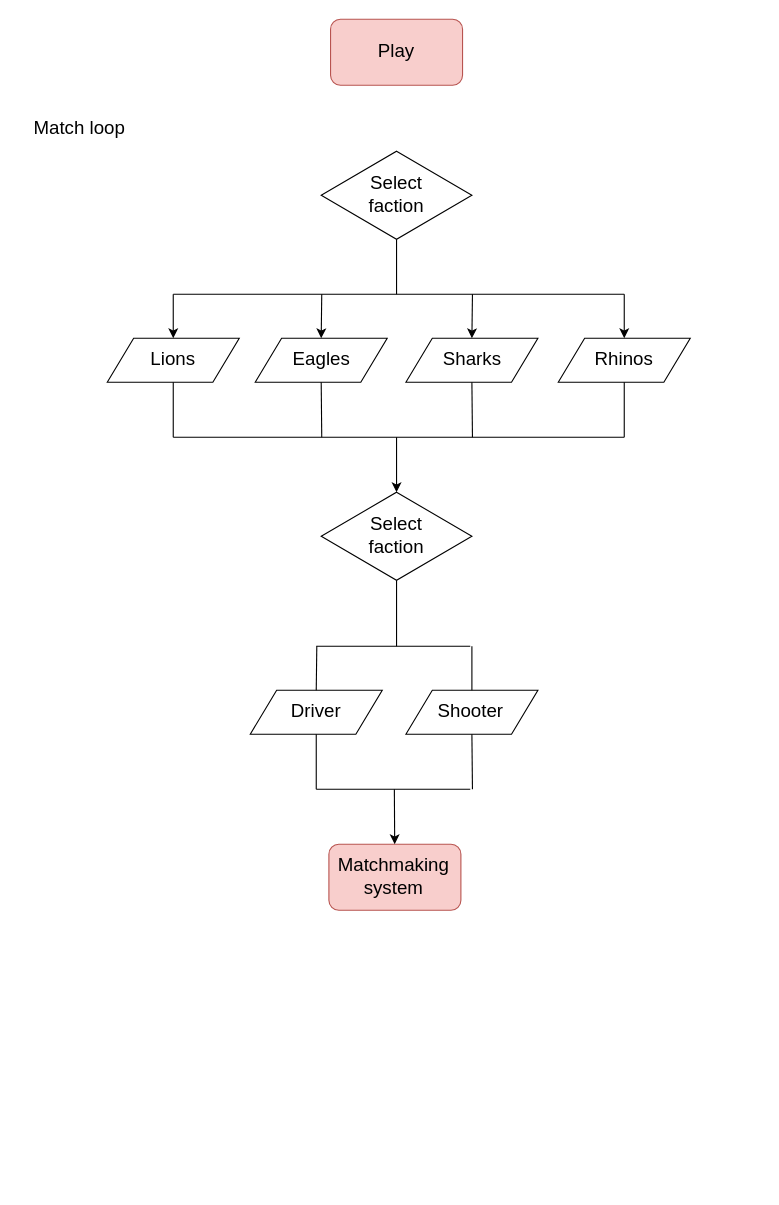
The draw.io diagram page "Page-2" (2 of 3) of Documentation/Hypogeum_flowchart_general.drawio in mikymaione/Hypogeum, before the edit. Source tidied: cells renumbered, new cells numbered last; positions are measured from the earlier drawing's top-left corner, leaving out a move shared by most shapes. Both pictures are drawn from the tidied source at 110%, with x=0, y=0 at pixel (30, 19).
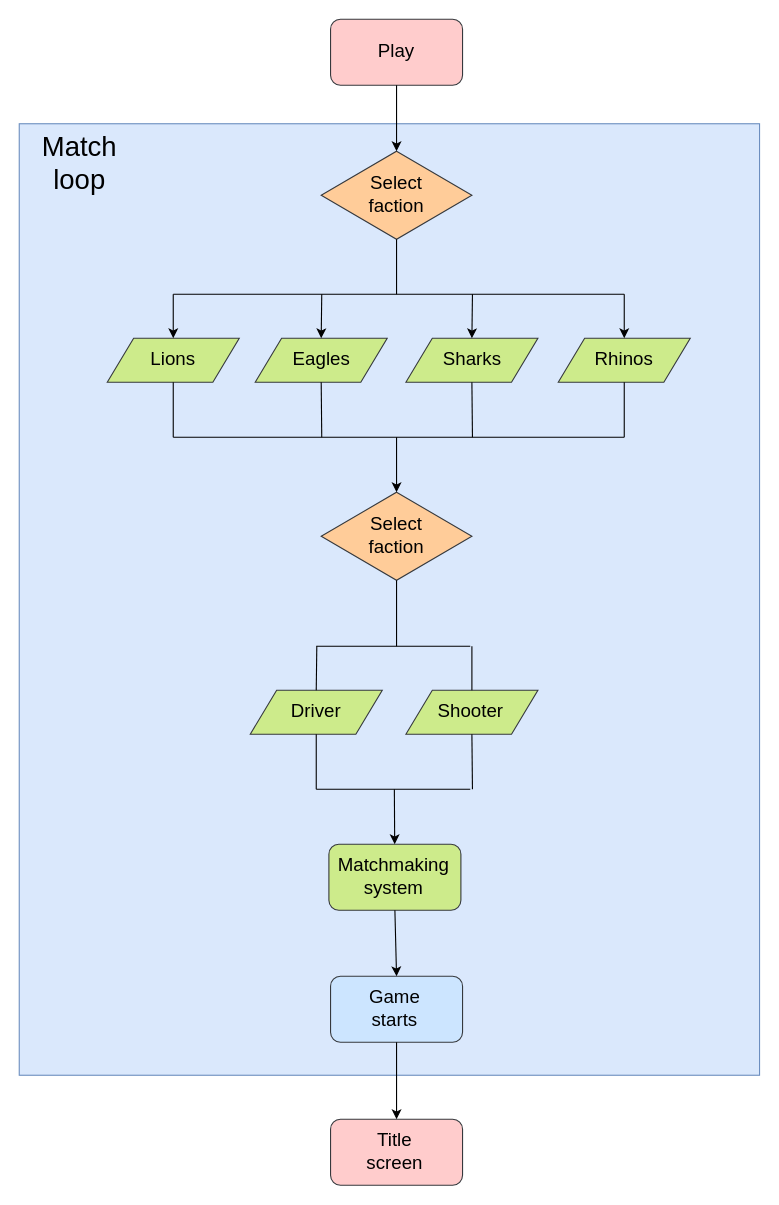
The same page after the edit.

Diff of the diagram source:
```diff
@@
+    <mxCell id="43" style="rounded=0;whiteSpace=wrap;html=1;fillColor=#dae8fc;strokeColor=#6c8ebf;" parent="1" vertex="1">
+      <mxGeometry x="-10" y="95" width="673" height="865" as="geometry" />
+    </mxCell>
-    <mxCell id="2" value="&lt;font style=&quot;font-size: 17px&quot;&gt;Match loop&lt;br&gt;&lt;/font&gt;" style="text;html=1;strokeColor=none;fillColor=none;align=center;verticalAlign=middle;whiteSpace=wrap;rounded=0;" parent="1" vertex="1">
-      <mxGeometry y="90" width="90" height="20" as="geometry" />
+    <mxCell id="2" value="&lt;font&gt;&lt;font style=&quot;font-size: 25px&quot;&gt;Match loop&lt;/font&gt;&lt;br&gt;&lt;/font&gt;" style="text;html=1;strokeColor=none;fillColor=none;align=center;verticalAlign=middle;whiteSpace=wrap;rounded=0;" parent="1" vertex="1">
+      <mxGeometry y="120" width="90" height="20" as="geometry" />
     </mxCell>
-    <mxCell id="3" style="rounded=1;whiteSpace=wrap;html=1;fillColor=#f8cecc;strokeColor=#b85450;" parent="1" vertex="1">
+    <mxCell id="3" style="rounded=1;whiteSpace=wrap;html=1;fillColor=#ffcccc;strokeColor=#36393d;" parent="1" vertex="1">
       <mxGeometry x="273" width="120" height="60" as="geometry" />
     </mxCell>
@@
-    <mxCell id="5" style="rhombus;whiteSpace=wrap;html=1;" parent="1" vertex="1">
+    <mxCell id="5" style="rhombus;whiteSpace=wrap;html=1;fillColor=#ffcc99;strokeColor=#36393d;" parent="1" vertex="1">
       <mxGeometry x="264.5" y="120" width="137" height="80" as="geometry" />
     </mxCell>
@@
-    <mxCell id="7" style="shape=parallelogram;perimeter=parallelogramPerimeter;whiteSpace=wrap;html=1;" parent="1" vertex="1">
+    <mxCell id="7" style="shape=parallelogram;perimeter=parallelogramPerimeter;whiteSpace=wrap;html=1;fillColor=#cdeb8b;strokeColor=#36393d;" parent="1" vertex="1">
       <mxGeometry x="70" y="290" width="120" height="40" as="geometry" />
     </mxCell>
@@
-    <mxCell id="9" style="shape=parallelogram;perimeter=parallelogramPerimeter;whiteSpace=wrap;html=1;" parent="1" vertex="1">
+    <mxCell id="9" style="shape=parallelogram;perimeter=parallelogramPerimeter;whiteSpace=wrap;html=1;fillColor=#cdeb8b;strokeColor=#36393d;" parent="1" vertex="1">
       <mxGeometry x="204.5" y="290" width="120" height="40" as="geometry" />
     </mxCell>
@@
-    <mxCell id="11" style="shape=parallelogram;perimeter=parallelogramPerimeter;whiteSpace=wrap;html=1;" parent="1" vertex="1">
+    <mxCell id="11" style="shape=parallelogram;perimeter=parallelogramPerimeter;whiteSpace=wrap;html=1;fillColor=#cdeb8b;strokeColor=#36393d;" parent="1" vertex="1">
       <mxGeometry x="341.5" y="290" width="120" height="40" as="geometry" />
     </mxCell>
@@
-    <mxCell id="13" style="shape=parallelogram;perimeter=parallelogramPerimeter;whiteSpace=wrap;html=1;" parent="1" vertex="1">
+    <mxCell id="13" style="shape=parallelogram;perimeter=parallelogramPerimeter;whiteSpace=wrap;html=1;fillColor=#cdeb8b;strokeColor=#36393d;" parent="1" vertex="1">
       <mxGeometry x="480" y="290" width="120" height="40" as="geometry" />
     </mxCell>
@@
-    <mxCell id="21" style="rhombus;whiteSpace=wrap;html=1;" parent="1" vertex="1">
+    <mxCell id="21" style="rhombus;whiteSpace=wrap;html=1;fillColor=#ffcc99;strokeColor=#36393d;" parent="1" vertex="1">
       <mxGeometry x="264.5" y="430" width="137" height="80" as="geometry" />
     </mxCell>
@@
-    <mxCell id="31" style="shape=parallelogram;perimeter=parallelogramPerimeter;whiteSpace=wrap;html=1;" parent="1" vertex="1">
+    <mxCell id="31" style="shape=parallelogram;perimeter=parallelogramPerimeter;whiteSpace=wrap;html=1;fillColor=#cdeb8b;strokeColor=#36393d;" parent="1" vertex="1">
       <mxGeometry x="200" y="610" width="120" height="40" as="geometry" />
     </mxCell>
@@
-    <mxCell id="33" style="shape=parallelogram;perimeter=parallelogramPerimeter;whiteSpace=wrap;html=1;" parent="1" vertex="1">
+    <mxCell id="33" style="shape=parallelogram;perimeter=parallelogramPerimeter;whiteSpace=wrap;html=1;fillColor=#cdeb8b;strokeColor=#36393d;" parent="1" vertex="1">
       <mxGeometry x="341.5" y="610" width="120" height="40" as="geometry" />
     </mxCell>
@@
-    <mxCell id="37" style="rounded=1;whiteSpace=wrap;html=1;fillColor=#f8cecc;strokeColor=#b85450;" parent="1" vertex="1">
+    <mxCell id="37" style="rounded=1;whiteSpace=wrap;html=1;fillColor=#cdeb8b;strokeColor=#36393d;" parent="1" vertex="1">
       <mxGeometry x="271.5" y="750" width="120" height="60" as="geometry" />
     </mxCell>
@@
+    <mxCell id="44" style="rounded=1;whiteSpace=wrap;html=1;fillColor=#cce5ff;strokeColor=#36393d;" parent="1" vertex="1">
+      <mxGeometry x="273" y="870" width="120" height="60" as="geometry" />
+    </mxCell>
+    <mxCell id="45" value="&lt;font style=&quot;font-size: 17px&quot;&gt;Game starts&lt;br&gt;&lt;/font&gt;" style="text;html=1;align=center;verticalAlign=middle;whiteSpace=wrap;rounded=0;" parent="1" vertex="1">
+      <mxGeometry x="313" y="890" width="37" height="20" as="geometry" />
+    </mxCell>
+    <mxCell id="46" style="endArrow=classic;html=1;exitX=0.5;exitY=1;exitDx=0;exitDy=0;entryX=0.5;entryY=0;entryDx=0;entryDy=0;" parent="1" edge="1" source="37" target="44">
+      <mxGeometry relative="1" as="geometry" />
+    </mxCell>
+    <mxCell id="47" style="rounded=1;whiteSpace=wrap;html=1;fillColor=#ffcccc;strokeColor=#36393d;" parent="1" vertex="1">
+      <mxGeometry x="273" y="1000" width="120" height="60" as="geometry" />
+    </mxCell>
+    <mxCell id="48" value="&lt;font style=&quot;font-size: 17px&quot;&gt;Title screen&lt;br&gt;&lt;/font&gt;" style="text;html=1;align=center;verticalAlign=middle;whiteSpace=wrap;rounded=0;" parent="1" vertex="1">
+      <mxGeometry x="313" y="1020" width="37" height="20" as="geometry" />
+    </mxCell>
+    <mxCell id="49" style="endArrow=classic;html=1;exitX=0.5;exitY=1;exitDx=0;exitDy=0;entryX=0.5;entryY=0;entryDx=0;entryDy=0;" parent="1" edge="1" source="44" target="47">
+      <mxGeometry relative="1" as="geometry" />
+    </mxCell>
+    <mxCell id="50" style="endArrow=classic;html=1;entryX=0.5;entryY=0;entryDx=0;entryDy=0;exitX=0.5;exitY=1;exitDx=0;exitDy=0;" parent="1" edge="1" source="3" target="5">
+      <mxGeometry relative="1" as="geometry" />
+    </mxCell>
```
